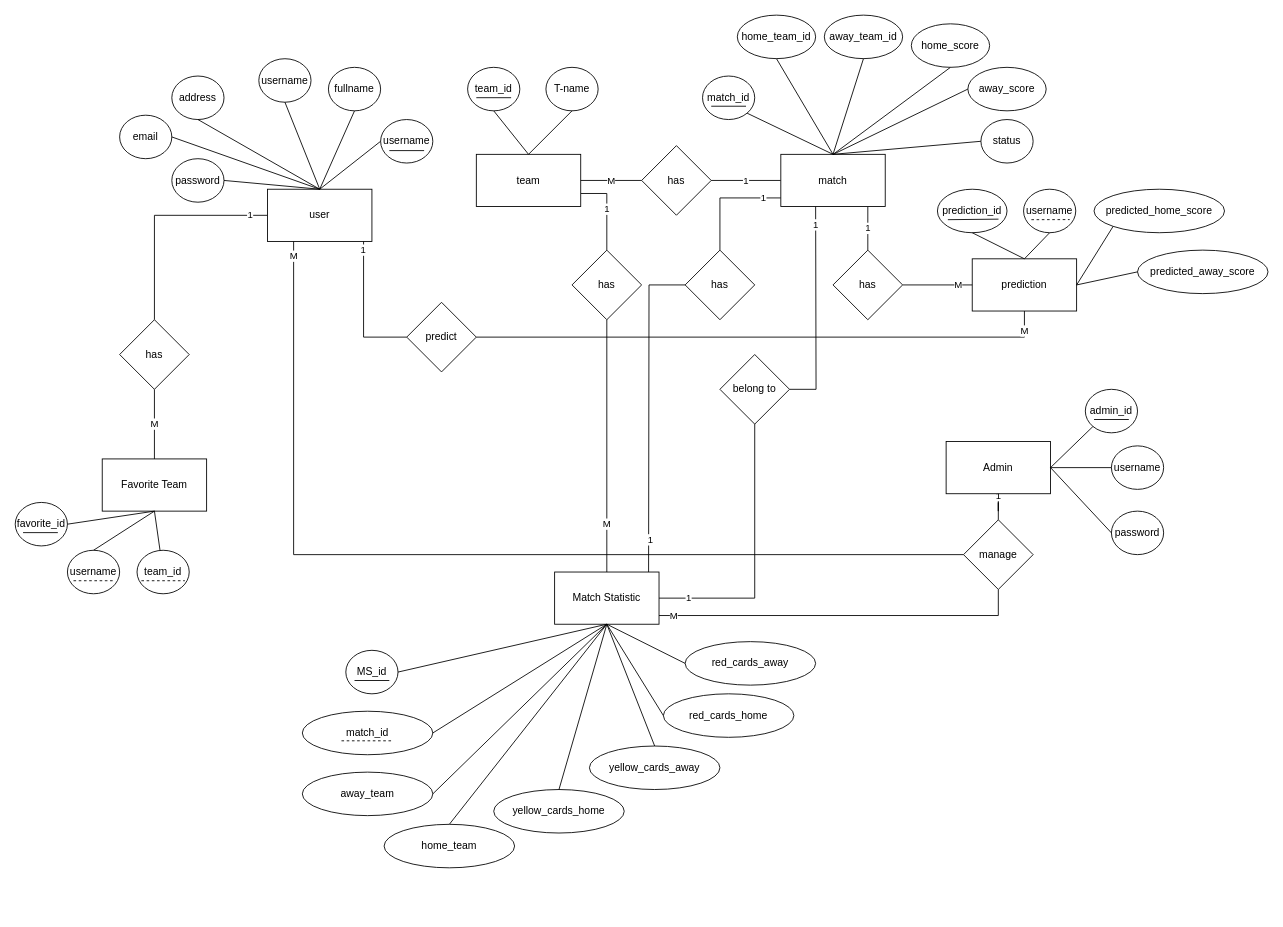
Earlier version of the draw.io diagram ER.drawio (riken4/football_score_prediction). Source tidied: cells renumbered, new cells numbered last; positions are measured from the earlier drawing's top-left corner, leaving out a move shared by most shapes. Both pictures are drawn from the tidied source at 87%, with x=0, y=0 at pixel (15, 15).
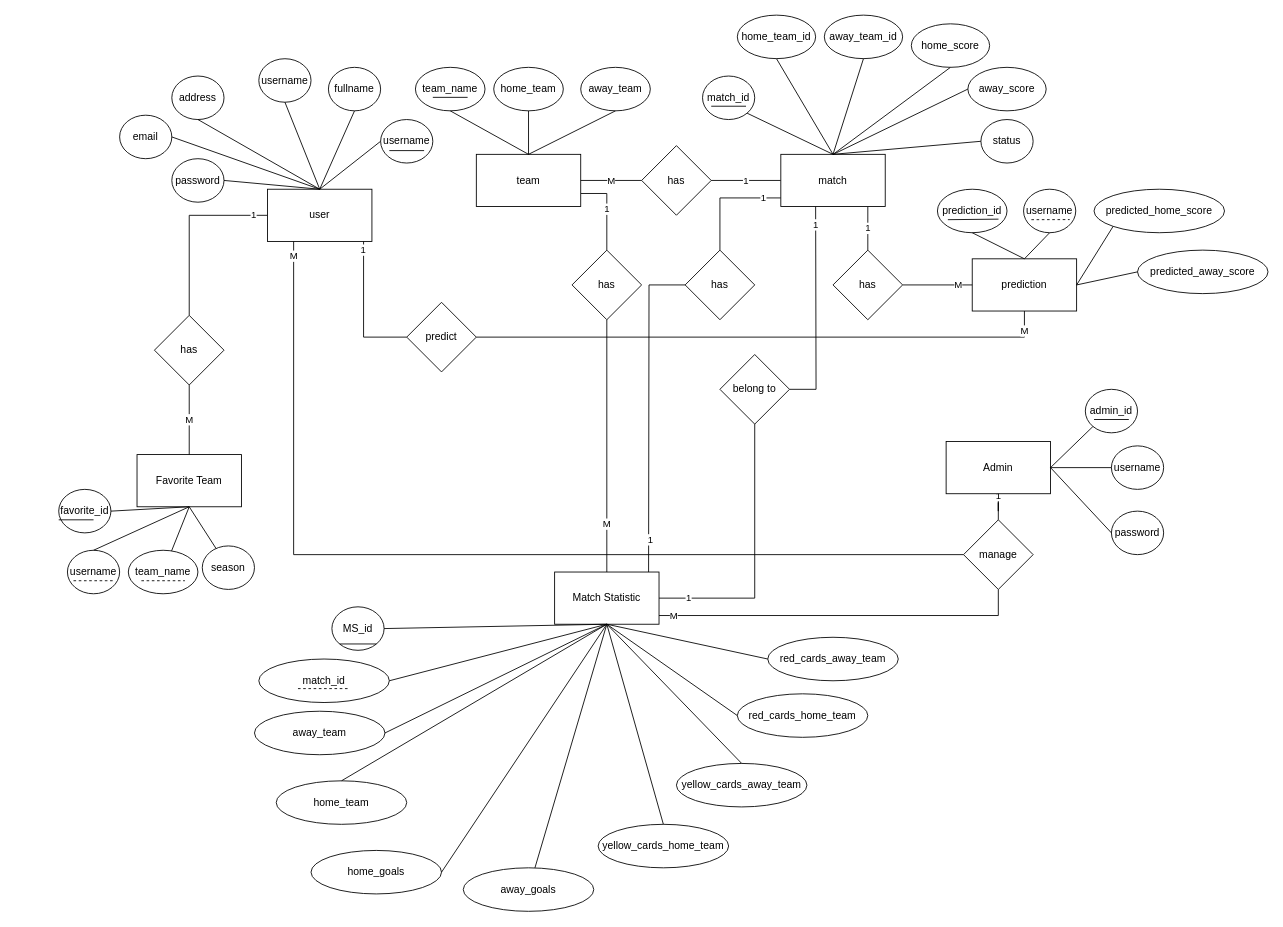
The same page after the edit.

Unchanged cells that the change refers to:
```xml
<mxCell id="12" value="team" style="rounded=0;whiteSpace=wrap;html=1;" parent="1" vertex="1">
  <mxGeometry x="530" y="159.9" width="120" height="60" as="geometry" />
</mxCell>
<mxCell id="62" value="username" style="ellipse;whiteSpace=wrap;html=1;" parent="1" vertex="1">
  <mxGeometry x="60" y="615" width="60" height="50" as="geometry" />
</mxCell>
```

The edit, as a diff of the source:
```diff
@@
-    <mxCell id="13" value="team_id" style="ellipse;whiteSpace=wrap;html=1;" parent="1" vertex="1">
-      <mxGeometry x="520" y="59.9" width="60" height="50" as="geometry" />
+    <mxCell id="13" value="home_team" style="ellipse;whiteSpace=wrap;html=1;" parent="1" vertex="1">
+      <mxGeometry x="550" y="59.9" width="80" height="50" as="geometry" />
     </mxCell>
-    <mxCell id="14" value="T-name" style="ellipse;whiteSpace=wrap;html=1;" parent="1" vertex="1">
-      <mxGeometry x="610" y="59.9" width="60" height="50" as="geometry" />
+    <mxCell id="14" value="away_team" style="ellipse;whiteSpace=wrap;html=1;" parent="1" vertex="1">
+      <mxGeometry x="650" y="59.9" width="80" height="50" as="geometry" />
     </mxCell>
@@
     <mxCell id="26" value="Favorite Team" style="rounded=0;whiteSpace=wrap;html=1;" parent="1" vertex="1">
-      <mxGeometry x="100" y="510" width="120" height="60" as="geometry" />
+      <mxGeometry x="140" y="505" width="120" height="60" as="geometry" />
     </mxCell>
@@
     <mxCell id="30" value="has" style="rhombus;whiteSpace=wrap;html=1;" parent="1" vertex="1">
-      <mxGeometry x="120" y="350" width="80" height="80" as="geometry" />
+      <mxGeometry x="160" y="345" width="80" height="80" as="geometry" />
     </mxCell>
@@
-    <mxCell id="52" value="red_cards_away" style="ellipse;whiteSpace=wrap;html=1;" parent="1" vertex="1">
-      <mxGeometry x="770" y="720" width="150" height="50" as="geometry" />
+    <mxCell id="52" value="red_cards_away_team" style="ellipse;whiteSpace=wrap;html=1;" parent="1" vertex="1">
+      <mxGeometry x="865" y="715" width="150" height="50" as="geometry" />
     </mxCell>
-    <mxCell id="53" value="red_cards_home" style="ellipse;whiteSpace=wrap;html=1;" parent="1" vertex="1">
-      <mxGeometry x="745" y="780" width="150" height="50" as="geometry" />
+    <mxCell id="53" value="red_cards_home_team" style="ellipse;whiteSpace=wrap;html=1;" parent="1" vertex="1">
+      <mxGeometry x="830" y="780" width="150" height="50" as="geometry" />
     </mxCell>
@@
-    <mxCell id="55" value="yellow_cards_away" style="ellipse;whiteSpace=wrap;html=1;" parent="1" vertex="1">
-      <mxGeometry x="660" y="840" width="150" height="50" as="geometry" />
+    <mxCell id="55" value="yellow_cards_away_team" style="ellipse;whiteSpace=wrap;html=1;" parent="1" vertex="1">
+      <mxGeometry x="760" y="860" width="150" height="50" as="geometry" />
     </mxCell>
-    <mxCell id="56" value="yellow_cards_home" style="ellipse;whiteSpace=wrap;html=1;" parent="1" vertex="1">
-      <mxGeometry x="550" y="890" width="150" height="50" as="geometry" />
+    <mxCell id="56" value="yellow_cards_home_team" style="ellipse;whiteSpace=wrap;html=1;" parent="1" vertex="1">
+      <mxGeometry x="670" y="930" width="150" height="50" as="geometry" />
     </mxCell>
     <mxCell id="57" value="home_team" style="ellipse;whiteSpace=wrap;html=1;" parent="1" vertex="1">
-      <mxGeometry x="424" y="930" width="150" height="50" as="geometry" />
+      <mxGeometry x="300" y="880" width="150" height="50" as="geometry" />
     </mxCell>
     <mxCell id="58" value="away_team" style="ellipse;whiteSpace=wrap;html=1;" parent="1" vertex="1">
-      <mxGeometry x="330" y="870" width="150" height="50" as="geometry" />
+      <mxGeometry x="275" y="800" width="150" height="50" as="geometry" />
     </mxCell>
     <mxCell id="59" value="match_id" style="ellipse;whiteSpace=wrap;html=1;" parent="1" vertex="1">
-      <mxGeometry x="330" y="800" width="150" height="50" as="geometry" />
+      <mxGeometry x="280" y="740" width="150" height="50" as="geometry" />
     </mxCell>
     <mxCell id="60" value="MS_id" style="ellipse;whiteSpace=wrap;html=1;" parent="1" vertex="1">
-      <mxGeometry x="380" y="730" width="60" height="50" as="geometry" />
+      <mxGeometry x="364" y="680" width="60" height="50" as="geometry" />
     </mxCell>
     <mxCell id="61" value="favorite_id" style="ellipse;whiteSpace=wrap;html=1;" parent="1" vertex="1">
-      <mxGeometry y="560" width="60" height="50" as="geometry" />
+      <mxGeometry x="50" y="545" width="60" height="50" as="geometry" />
     </mxCell>
@@
-    <mxCell id="63" value="team_id" style="ellipse;whiteSpace=wrap;html=1;" parent="1" vertex="1">
-      <mxGeometry x="140" y="615" width="60" height="50" as="geometry" />
+    <mxCell id="63" value="team_name" style="ellipse;whiteSpace=wrap;html=1;" parent="1" vertex="1">
+      <mxGeometry x="130" y="615" width="80" height="50" as="geometry" />
     </mxCell>
@@
-    <mxCell id="88" style="endArrow=none;html=1;rounded=0;exitX=0.5;exitY=0;exitDx=0;exitDy=0;" parent="1" edge="1" source="62">
-      <mxGeometry relative="1" as="geometry">
-        <mxPoint x="160" y="570" as="targetPoint" />
-      </mxGeometry>
+    <mxCell id="88" style="endArrow=none;html=1;rounded=0;exitX=0.5;exitY=0;exitDx=0;exitDy=0;entryX=0.5;entryY=1;entryDx=0;entryDy=0;" parent="1" edge="1" source="62" target="26">
+      <mxGeometry relative="1" as="geometry" />
     </mxCell>
@@
-    <mxCell id="90" style="endArrow=none;html=1;rounded=0;exitX=1;exitY=0.5;exitDx=0;exitDy=0;" parent="1" edge="1" source="61">
-      <mxGeometry relative="1" as="geometry">
-        <mxPoint x="160" y="570" as="targetPoint" />
-      </mxGeometry>
+    <mxCell id="90" style="endArrow=none;html=1;rounded=0;exitX=1;exitY=0.5;exitDx=0;exitDy=0;entryX=0.5;entryY=1;entryDx=0;entryDy=0;" parent="1" edge="1" source="61" target="26">
+      <mxGeometry relative="1" as="geometry" />
     </mxCell>
@@
-    <mxCell id="100" style="endArrow=none;html=1;rounded=0;" parent="1" edge="1">
-      <mxGeometry relative="1" as="geometry">
-        <mxPoint x="530" y="94.8" as="sourcePoint" />
-        <mxPoint x="570" y="94.8" as="targetPoint" />
-      </mxGeometry>
-    </mxCell>
@@
-    <mxCell id="104" style="endArrow=none;html=1;rounded=0;" parent="1" edge="1">
-      <mxGeometry relative="1" as="geometry">
-        <mxPoint x="390" y="764.7" as="sourcePoint" />
-        <mxPoint x="430" y="764.7" as="targetPoint" />
-      </mxGeometry>
+    <mxCell id="104" style="endArrow=none;html=1;rounded=0;entryX=1;entryY=1;entryDx=0;entryDy=0;exitX=0;exitY=1;exitDx=0;exitDy=0;" parent="1" edge="1" source="60" target="60">
+      <mxGeometry relative="1" as="geometry" />
     </mxCell>
     <mxCell id="105" style="endArrow=none;dashed=1;html=1;rounded=0;" parent="1" edge="1">
       <mxGeometry relative="1" as="geometry">
-        <mxPoint x="375" y="834" as="sourcePoint" />
-        <mxPoint x="435" y="834" as="targetPoint" />
+        <mxPoint x="325" y="774" as="sourcePoint" />
+        <mxPoint x="385" y="774" as="targetPoint" />
       </mxGeometry>
     </mxCell>
@@
     <mxCell id="108" style="endArrow=none;html=1;rounded=0;" parent="1" edge="1">
       <mxGeometry relative="1" as="geometry">
-        <mxPoint x="9" y="594.7" as="sourcePoint" />
-        <mxPoint x="49" y="594.7" as="targetPoint" />
+        <mxPoint x="50" y="580" as="sourcePoint" />
+        <mxPoint x="90" y="580" as="targetPoint" />
       </mxGeometry>
     </mxCell>
@@
+    <mxCell id="110" value="home_goals" style="ellipse;whiteSpace=wrap;html=1;" parent="1" vertex="1">
+      <mxGeometry x="340" y="960" width="150" height="50" as="geometry" />
+    </mxCell>
+    <mxCell id="111" style="endArrow=none;html=1;rounded=0;exitX=1;exitY=0.5;exitDx=0;exitDy=0;" parent="1" edge="1" source="110">
+      <mxGeometry relative="1" as="geometry">
+        <mxPoint x="680" y="700" as="targetPoint" />
+      </mxGeometry>
+    </mxCell>
+    <mxCell id="112" value="away_goals" style="ellipse;whiteSpace=wrap;html=1;" parent="1" vertex="1">
+      <mxGeometry x="515" y="980" width="150" height="50" as="geometry" />
+    </mxCell>
+    <mxCell id="113" style="endArrow=none;html=1;rounded=0;" parent="1" edge="1" source="112">
+      <mxGeometry relative="1" as="geometry">
+        <mxPoint x="680" y="700" as="targetPoint" />
+      </mxGeometry>
+    </mxCell>
+    <mxCell id="114" value="season" style="ellipse;whiteSpace=wrap;html=1;" parent="1" vertex="1">
+      <mxGeometry x="215" y="610" width="60" height="50" as="geometry" />
+    </mxCell>
+    <mxCell id="115" style="endArrow=none;html=1;rounded=0;entryX=0.5;entryY=1;entryDx=0;entryDy=0;" parent="1" edge="1" source="114" target="26">
+      <mxGeometry relative="1" as="geometry" />
+    </mxCell>
+    <mxCell id="116" value="team_name" style="ellipse;whiteSpace=wrap;html=1;" parent="1" vertex="1">
+      <mxGeometry x="460" y="59.9" width="80" height="50" as="geometry" />
+    </mxCell>
+    <mxCell id="117" style="endArrow=none;html=1;rounded=0;entryX=0.5;entryY=1;entryDx=0;entryDy=0;exitX=0.5;exitY=0;exitDx=0;exitDy=0;" parent="1" edge="1" source="12" target="116">
+      <mxGeometry relative="1" as="geometry" />
+    </mxCell>
+    <mxCell id="118" style="endArrow=none;html=1;rounded=0;" parent="1" edge="1">
+      <mxGeometry relative="1" as="geometry">
+        <mxPoint x="480" y="94.4" as="sourcePoint" />
+        <mxPoint x="520" y="94.4" as="targetPoint" />
+      </mxGeometry>
+    </mxCell>
```
